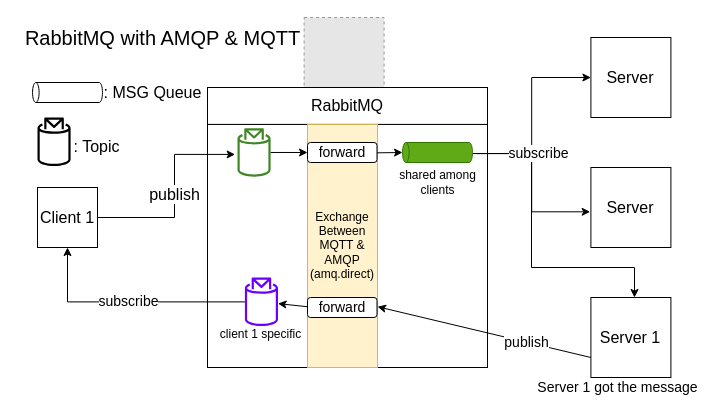
The draw.io diagram page "RabbitMQ with MQTT and AMQP" (4 of 5) of prototype/RabbitMQ.drawio in MadPlayer/Network_Prototype, before the edit. Source tidied: cells renumbered, new cells numbered last; positions are measured from the earlier drawing's top-left corner, leaving out a move shared by most shapes. Both pictures are drawn from the tidied source at 100%, with x=0, y=0 at pixel (17, 17). Pictures stored in the file or linked from it are replaced by grey dashed boxes.
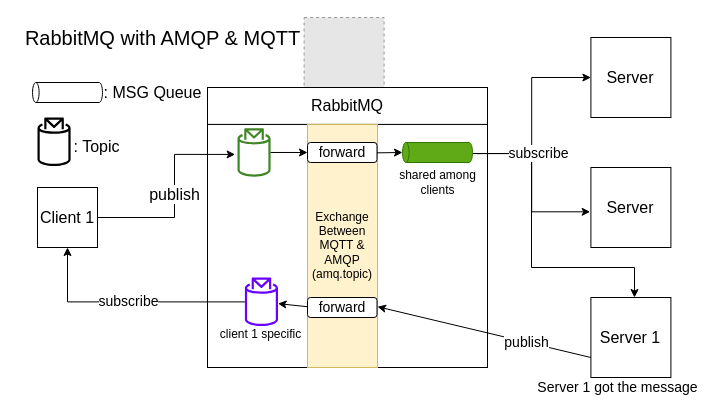
After the change.

Commit message (it also covers changes not shown here):
fix protocol structure diagram

What changed in the source:
```diff
@@
-    <mxCell id="24" value="Exchange&lt;br&gt;Between&lt;br&gt;MQTT &amp;amp;&lt;br&gt;AMQP&lt;br&gt;(amq.direct)" style="rounded=0;whiteSpace=wrap;html=1;fillColor=#fff2cc;strokeColor=#d6b656;" parent="1" vertex="1">
+    <mxCell id="24" value="Exchange&lt;br&gt;Between&lt;br&gt;MQTT &amp;amp;&lt;br&gt;AMQP&lt;br&gt;(amq.topic)" style="rounded=0;whiteSpace=wrap;html=1;fillColor=#fff2cc;strokeColor=#d6b656;" parent="1" vertex="1">
       <mxGeometry x="290" y="106.9" width="70" height="243.1" as="geometry" />
     </mxCell>
```
